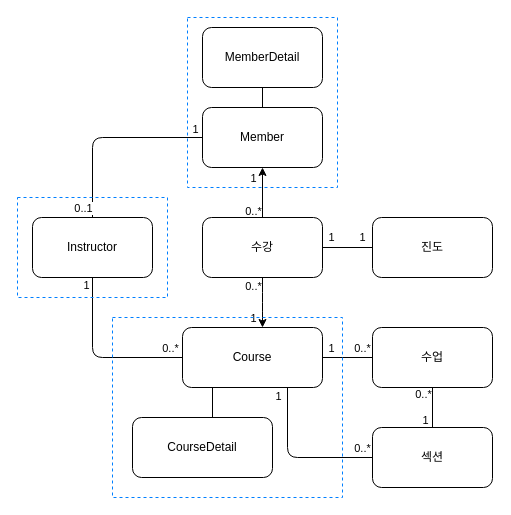
kyhyeok/splearn keeps this draw.io diagram as 도메인모델.drawio. Above is the earlier version. Source tidied: cells renumbered, new cells numbered last; positions are measured from the earlier drawing's top-left corner, leaving out a move shared by most shapes. Both pictures are drawn from the tidied source at 100%, with x=0, y=0 at pixel (17, 17).
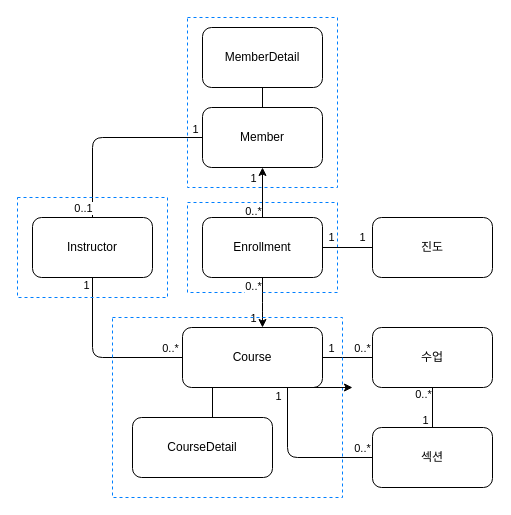
After the change.

Change to the diagram source:
```diff
@@
+    <mxCell id="40" style="rounded=0;whiteSpace=wrap;html=1;fillColor=none;fillStyle=auto;strokeColor=#007FFF;dashed=1;" parent="1" vertex="1">
+      <mxGeometry x="170" y="185" width="150" height="90" as="geometry" />
+    </mxCell>
@@
-    <mxCell id="11" value="수강" style="rounded=1;whiteSpace=wrap;html=1;" parent="1" vertex="1">
+    <mxCell id="11" value="Enrollment" style="rounded=1;whiteSpace=wrap;html=1;" parent="1" vertex="1">
       <mxGeometry x="185" y="200" width="120" height="60" as="geometry" />
     </mxCell>
@@
+    <mxCell id="41" style="edgeStyle=none;orthogonalLoop=1;jettySize=auto;html=1;rounded=0;" parent="1" edge="1">
+      <mxGeometry relative="1" as="geometry">
+        <mxPoint x="255" y="370" as="sourcePoint" />
+        <mxPoint x="335" y="370" as="targetPoint" />
+      </mxGeometry>
+    </mxCell>
```
